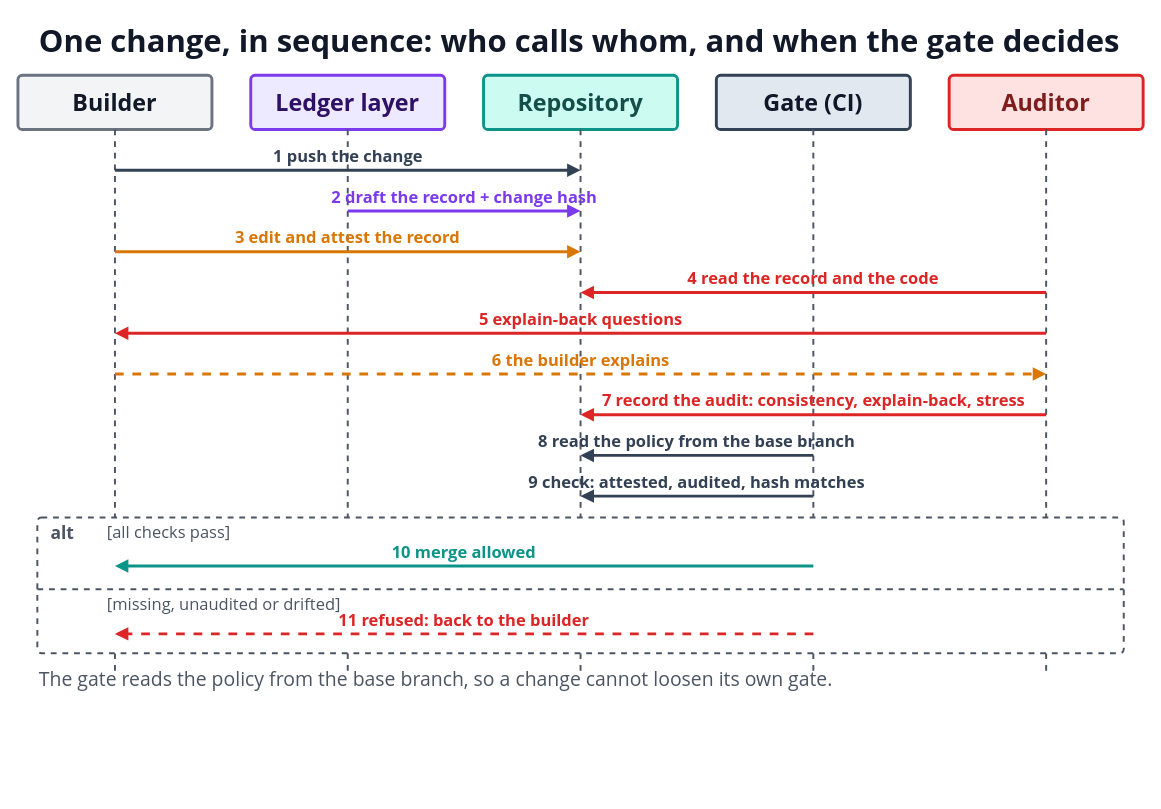
Above: diagrams/12-change-sequence.drawio in i-asimkhan/ledger-layer-pattern (draw.io), before the change. Source tidied: cells renumbered, new cells numbered last; positions are measured from the earlier drawing's top-left corner, leaving out a move shared by most shapes. Both pictures are drawn from the tidied source at 97%, with x=0, y=0 at pixel (17, 16).
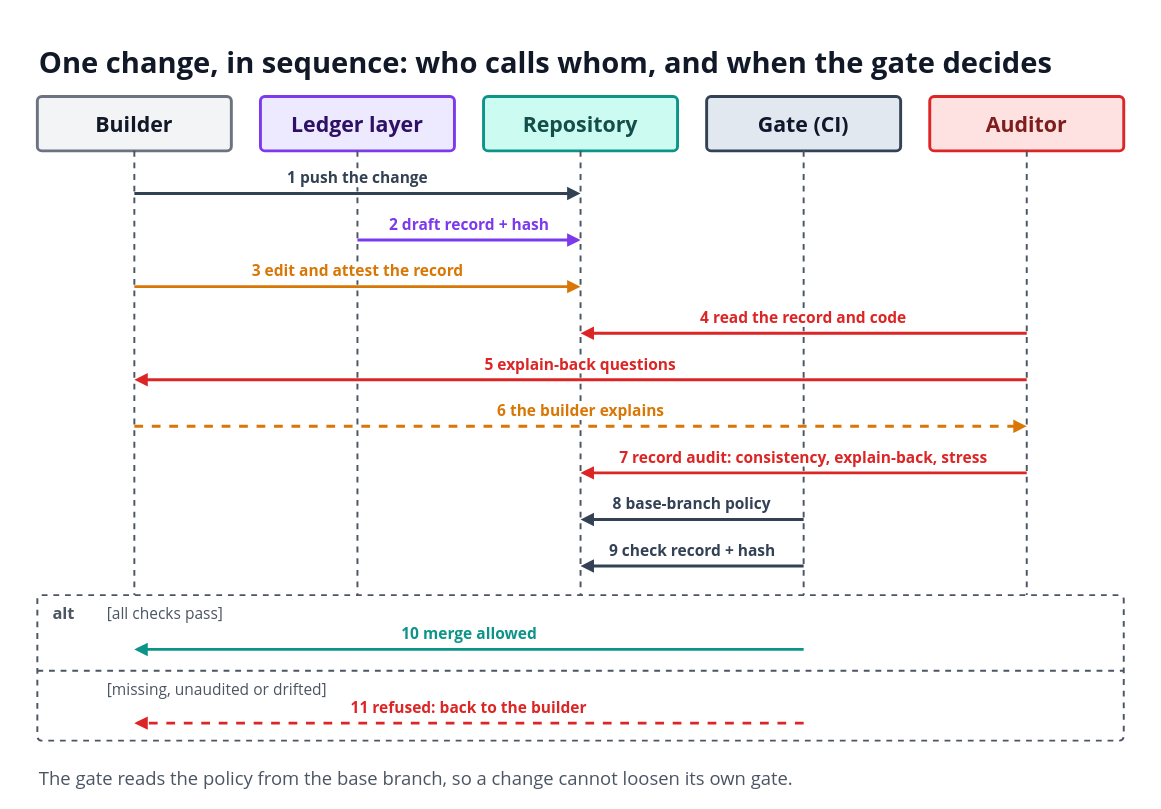
The same page after the edit.

What changed in the source:
```diff
@@
-    <mxCell id="2" value="One change, in sequence: who calls whom, and when the gate decides" style="text;html=1;strokeColor=none;fillColor=none;whiteSpace=wrap;verticalAlign=middle;align=left;fontSize=32;fontColor=#111827;fontFamily=Segoe UI;fontStyle=1;" parent="1" vertex="1">
-      <mxGeometry x="20" width="1120" height="50" as="geometry" />
+    <mxCell id="2" value="One change, in sequence: who calls whom, and when the gate decides" style="text;html=1;strokeColor=none;fillColor=none;whiteSpace=wrap;verticalAlign=middle;align=left;fontSize=30;fontColor=#111827;fontFamily=Segoe UI;fontStyle=1;" parent="1" vertex="1">
+      <mxGeometry x="20" y="26" width="1120" height="39" as="geometry" />
     </mxCell>
-    <mxCell id="3" value="&lt;span style=&quot;font-size:24px&quot;&gt;&lt;b&gt;Builder&lt;/b&gt;&lt;/span&gt;" style="rounded=1;arcSize=8;whiteSpace=wrap;html=1;fillColor=#F3F4F6;strokeColor=#6B7280;fontColor=#111827;strokeWidth=3;align=center;verticalAlign=middle;fontSize=24;fontFamily=Segoe UI;" parent="1" vertex="1">
-      <mxGeometry y="60" width="200" height="56" as="geometry" />
+    <mxCell id="3" value="&lt;span style=&quot;font-size:22px&quot;&gt;&lt;b&gt;Builder&lt;/b&gt;&lt;/span&gt;" style="rounded=1;arcSize=8;whiteSpace=wrap;html=1;fillColor=#F3F4F6;strokeColor=#6B7280;fontColor=#111827;strokeWidth=3;align=center;verticalAlign=middle;fontSize=24;fontFamily=Segoe UI;spacing=14;" parent="1" vertex="1">
+      <mxGeometry x="20" y="82" width="200" height="56" as="geometry" />
     </mxCell>
     <mxCell id="4" style="endArrow=none;html=1;rounded=0;strokeColor=#4B5563;strokeWidth=2;dashed=1;" parent="1" edge="1">
       <mxGeometry relative="1" as="geometry">
-        <mxPoint x="100" y="116" as="sourcePoint" />
-        <mxPoint x="100" y="676" as="targetPoint" />
+        <mxPoint x="120" y="138" as="sourcePoint" />
+        <mxPoint x="120" y="710" as="targetPoint" />
       </mxGeometry>
     </mxCell>
-    <mxCell id="5" value="&lt;span style=&quot;font-size:24px&quot;&gt;&lt;b&gt;Ledger layer&lt;/b&gt;&lt;/span&gt;" style="rounded=1;arcSize=8;whiteSpace=wrap;html=1;fillColor=#EDE9FE;strokeColor=#7C3AED;fontColor=#2E1065;strokeWidth=3;align=center;verticalAlign=middle;fontSize=24;fontFamily=Segoe UI;" parent="1" vertex="1">
-      <mxGeometry x="240" y="60" width="200" height="56" as="geometry" />
+    <mxCell id="5" value="&lt;span style=&quot;font-size:22px&quot;&gt;&lt;b&gt;Ledger layer&lt;/b&gt;&lt;/span&gt;" style="rounded=1;arcSize=8;whiteSpace=wrap;html=1;fillColor=#EDE9FE;strokeColor=#7C3AED;fontColor=#2E1065;strokeWidth=3;align=center;verticalAlign=middle;fontSize=24;fontFamily=Segoe UI;spacing=14;" parent="1" vertex="1">
+      <mxGeometry x="250" y="82" width="200" height="56" as="geometry" />
     </mxCell>
     <mxCell id="6" style="endArrow=none;html=1;rounded=0;strokeColor=#4B5563;strokeWidth=2;dashed=1;" parent="1" edge="1">
       <mxGeometry relative="1" as="geometry">
-        <mxPoint x="340" y="116" as="sourcePoint" />
-        <mxPoint x="340" y="676" as="targetPoint" />
+        <mxPoint x="350" y="138" as="sourcePoint" />
+        <mxPoint x="350" y="710" as="targetPoint" />
       </mxGeometry>
     </mxCell>
-    <mxCell id="7" value="&lt;span style=&quot;font-size:24px&quot;&gt;&lt;b&gt;Repository&lt;/b&gt;&lt;/span&gt;" style="rounded=1;arcSize=8;whiteSpace=wrap;html=1;fillColor=#CCFBF1;strokeColor=#0D9488;fontColor=#134E4A;strokeWidth=3;align=center;verticalAlign=middle;fontSize=24;fontFamily=Segoe UI;" parent="1" vertex="1">
-      <mxGeometry x="480" y="60" width="200" height="56" as="geometry" />
+    <mxCell id="7" value="&lt;span style=&quot;font-size:22px&quot;&gt;&lt;b&gt;Repository&lt;/b&gt;&lt;/span&gt;" style="rounded=1;arcSize=8;whiteSpace=wrap;html=1;fillColor=#CCFBF1;strokeColor=#0D9488;fontColor=#134E4A;strokeWidth=3;align=center;verticalAlign=middle;fontSize=24;fontFamily=Segoe UI;spacing=14;" parent="1" vertex="1">
+      <mxGeometry x="480" y="82" width="200" height="56" as="geometry" />
     </mxCell>
     <mxCell id="8" style="endArrow=none;html=1;rounded=0;strokeColor=#4B5563;strokeWidth=2;dashed=1;" parent="1" edge="1">
       <mxGeometry relative="1" as="geometry">
-        <mxPoint x="580" y="116" as="sourcePoint" />
-        <mxPoint x="580" y="676" as="targetPoint" />
+        <mxPoint x="580" y="138" as="sourcePoint" />
+        <mxPoint x="580" y="710" as="targetPoint" />
       </mxGeometry>
     </mxCell>
-    <mxCell id="9" value="&lt;span style=&quot;font-size:24px&quot;&gt;&lt;b&gt;Gate (CI)&lt;/b&gt;&lt;/span&gt;" style="rounded=1;arcSize=8;whiteSpace=wrap;html=1;fillColor=#E2E8F0;strokeColor=#334155;fontColor=#0F172A;strokeWidth=3;align=center;verticalAlign=middle;fontSize=24;fontFamily=Segoe UI;" parent="1" vertex="1">
-      <mxGeometry x="720" y="60" width="200" height="56" as="geometry" />
+    <mxCell id="9" value="&lt;span style=&quot;font-size:22px&quot;&gt;&lt;b&gt;Gate (CI)&lt;/b&gt;&lt;/span&gt;" style="rounded=1;arcSize=8;whiteSpace=wrap;html=1;fillColor=#E2E8F0;strokeColor=#334155;fontColor=#0F172A;strokeWidth=3;align=center;verticalAlign=middle;fontSize=24;fontFamily=Segoe UI;spacing=14;" parent="1" vertex="1">
+      <mxGeometry x="710" y="82" width="200" height="56" as="geometry" />
     </mxCell>
     <mxCell id="10" style="endArrow=none;html=1;rounded=0;strokeColor=#4B5563;strokeWidth=2;dashed=1;" parent="1" edge="1">
       <mxGeometry relative="1" as="geometry">
-        <mxPoint x="820" y="116" as="sourcePoint" />
-        <mxPoint x="820" y="676" as="targetPoint" />
+        <mxPoint x="810" y="138" as="sourcePoint" />
+        <mxPoint x="810" y="710" as="targetPoint" />
       </mxGeometry>
     </mxCell>
-    <mxCell id="11" value="&lt;span style=&quot;font-size:24px&quot;&gt;&lt;b&gt;Auditor&lt;/b&gt;&lt;/span&gt;" style="rounded=1;arcSize=8;whiteSpace=wrap;html=1;fillColor=#FEE2E2;strokeColor=#DC2626;fontColor=#7F1D1D;strokeWidth=3;align=center;verticalAlign=middle;fontSize=24;fontFamily=Segoe UI;" parent="1" vertex="1">
-      <mxGeometry x="960" y="60" width="200" height="56" as="geometry" />
+    <mxCell id="11" value="&lt;span style=&quot;font-size:22px&quot;&gt;&lt;b&gt;Auditor&lt;/b&gt;&lt;/span&gt;" style="rounded=1;arcSize=8;whiteSpace=wrap;html=1;fillColor=#FEE2E2;strokeColor=#DC2626;fontColor=#7F1D1D;strokeWidth=3;align=center;verticalAlign=middle;fontSize=24;fontFamily=Segoe UI;spacing=14;" parent="1" vertex="1">
+      <mxGeometry x="940" y="82" width="200" height="56" as="geometry" />
     </mxCell>
     <mxCell id="12" style="endArrow=none;html=1;rounded=0;strokeColor=#4B5563;strokeWidth=2;dashed=1;" parent="1" edge="1">
       <mxGeometry relative="1" as="geometry">
-        <mxPoint x="1060" y="116" as="sourcePoint" />
-        <mxPoint x="1060" y="676" as="targetPoint" />
+        <mxPoint x="1040" y="138" as="sourcePoint" />
+        <mxPoint x="1040" y="710" as="targetPoint" />
       </mxGeometry>
     </mxCell>
     <mxCell id="13" style="endArrow=block;endFill=1;html=1;rounded=0;strokeColor=#334155;strokeWidth=3;" parent="1" edge="1">
       <mxGeometry relative="1" as="geometry">
-        <mxPoint x="100" y="158" as="sourcePoint" />
-        <mxPoint x="580" y="158" as="targetPoint" />
+        <mxPoint x="120" y="182" as="sourcePoint" />
+        <mxPoint x="580" y="182" as="targetPoint" />
       </mxGeometry>
     </mxCell>
-    <mxCell id="14" value="1  push the change" style="text;html=1;strokeColor=none;fillColor=none;whiteSpace=wrap;verticalAlign=middle;align=center;fontSize=17;fontColor=#334155;fontFamily=Segoe UI;fontStyle=1;" parent="1" vertex="1">
-      <mxGeometry x="252.5" y="130" width="175" height="28" as="geometry" />
+    <mxCell id="14" value="1  push the change" style="text;html=1;strokeColor=none;fillColor=none;whiteSpace=wrap;verticalAlign=middle;labelBackgroundColor=#FFFFFF;align=center;fontSize=16;fontColor=#334155;fontFamily=Segoe UI;fontStyle=1;" parent="1" vertex="1">
+      <mxGeometry x="269.5" y="153" width="161" height="26" as="geometry" />
     </mxCell>
     <mxCell id="15" style="endArrow=block;endFill=1;html=1;rounded=0;strokeColor=#7C3AED;strokeWidth=3;" parent="1" edge="1">
       <mxGeometry relative="1" as="geometry">
-        <mxPoint x="340" y="200" as="sourcePoint" />
-        <mxPoint x="580" y="200" as="targetPoint" />
+        <mxPoint x="350" y="230" as="sourcePoint" />
+        <mxPoint x="580" y="230" as="targetPoint" />
       </mxGeometry>
     </mxCell>
-    <mxCell id="16" value="2  draft the record + change hash" style="text;html=1;strokeColor=none;fillColor=none;whiteSpace=wrap;verticalAlign=middle;align=center;fontSize=17;fontColor=#7C3AED;fontFamily=Segoe UI;fontStyle=1;" parent="1" vertex="1">
-      <mxGeometry x="306.5" y="172" width="307" height="28" as="geometry" />
+    <mxCell id="16" value="2  draft record + hash" style="text;html=1;strokeColor=none;fillColor=none;whiteSpace=wrap;verticalAlign=middle;labelBackgroundColor=#FFFFFF;align=center;fontSize=16;fontColor=#7C3AED;fontFamily=Segoe UI;fontStyle=1;" parent="1" vertex="1">
+      <mxGeometry x="367.5" y="201" width="195" height="26" as="geometry" />
     </mxCell>
     <mxCell id="17" style="endArrow=block;endFill=1;html=1;rounded=0;strokeColor=#D97706;strokeWidth=3;" parent="1" edge="1">
       <mxGeometry relative="1" as="geometry">
-        <mxPoint x="100" y="242" as="sourcePoint" />
-        <mxPoint x="580" y="242" as="targetPoint" />
+        <mxPoint x="120" y="278" as="sourcePoint" />
+        <mxPoint x="580" y="278" as="targetPoint" />
       </mxGeometry>
     </mxCell>
-    <mxCell id="18" value="3  edit and attest the record" style="text;html=1;strokeColor=none;fillColor=none;whiteSpace=wrap;verticalAlign=middle;align=center;fontSize=17;fontColor=#D97706;fontFamily=Segoe UI;fontStyle=1;" parent="1" vertex="1">
-      <mxGeometry x="204" y="214" width="272" height="28" as="geometry" />
+    <mxCell id="18" value="3  edit and attest the record" style="text;html=1;strokeColor=none;fillColor=none;whiteSpace=wrap;verticalAlign=middle;labelBackgroundColor=#FFFFFF;align=center;fontSize=16;fontColor=#D97706;fontFamily=Segoe UI;fontStyle=1;" parent="1" vertex="1">
+      <mxGeometry x="223.5" y="249" width="253" height="26" as="geometry" />
     </mxCell>
     <mxCell id="19" style="endArrow=block;endFill=1;html=1;rounded=0;strokeColor=#DC2626;strokeWidth=3;" parent="1" edge="1">
       <mxGeometry relative="1" as="geometry">
-        <mxPoint x="1060" y="284" as="sourcePoint" />
-        <mxPoint x="580" y="284" as="targetPoint" />
+        <mxPoint x="1040" y="326" as="sourcePoint" />
+        <mxPoint x="580" y="326" as="targetPoint" />
       </mxGeometry>
     </mxCell>
-    <mxCell id="20" value="4  read the record and the code" style="text;html=1;strokeColor=none;fillColor=none;whiteSpace=wrap;verticalAlign=middle;align=center;fontSize=17;fontColor=#DC2626;fontFamily=Segoe UI;fontStyle=1;" parent="1" vertex="1">
-      <mxGeometry x="675" y="256" width="290" height="28" as="geometry" />
+    <mxCell id="20" value="4  read the record and code" style="text;html=1;strokeColor=none;fillColor=none;whiteSpace=wrap;verticalAlign=middle;labelBackgroundColor=#FFFFFF;align=center;fontSize=16;fontColor=#DC2626;fontFamily=Segoe UI;fontStyle=1;" parent="1" vertex="1">
+      <mxGeometry x="692" y="297" width="236" height="26" as="geometry" />
     </mxCell>
     <mxCell id="21" style="endArrow=block;endFill=1;html=1;rounded=0;strokeColor=#DC2626;strokeWidth=3;" parent="1" edge="1">
       <mxGeometry relative="1" as="geometry">
-        <mxPoint x="1060" y="326" as="sourcePoint" />
-        <mxPoint x="100" y="326" as="targetPoint" />
+        <mxPoint x="1040" y="374" as="sourcePoint" />
+        <mxPoint x="120" y="374" as="targetPoint" />
       </mxGeometry>
     </mxCell>
-    <mxCell id="22" value="5  explain-back questions" style="text;html=1;strokeColor=none;fillColor=none;whiteSpace=wrap;verticalAlign=middle;align=center;fontSize=17;fontColor=#DC2626;fontFamily=Segoe UI;fontStyle=1;" parent="1" vertex="1">
-      <mxGeometry x="461.5" y="298" width="237" height="28" as="geometry" />
+    <mxCell id="22" value="5  explain-back questions" style="text;html=1;strokeColor=none;fillColor=none;whiteSpace=wrap;verticalAlign=middle;labelBackgroundColor=#FFFFFF;align=center;fontSize=16;fontColor=#DC2626;fontFamily=Segoe UI;fontStyle=1;" parent="1" vertex="1">
+      <mxGeometry x="470" y="345" width="220" height="26" as="geometry" />
     </mxCell>
     <mxCell id="23" style="endArrow=block;endFill=1;html=1;rounded=0;strokeColor=#D97706;strokeWidth=3;dashed=1;" parent="1" edge="1">
       <mxGeometry relative="1" as="geometry">
-        <mxPoint x="100" y="368" as="sourcePoint" />
-        <mxPoint x="1060" y="368" as="targetPoint" />
+        <mxPoint x="120" y="422" as="sourcePoint" />
+        <mxPoint x="1040" y="422" as="targetPoint" />
       </mxGeometry>
     </mxCell>
-    <mxCell id="24" value="6  the builder explains" style="text;html=1;strokeColor=none;fillColor=none;whiteSpace=wrap;verticalAlign=middle;align=center;fontSize=17;fontColor=#D97706;fontFamily=Segoe UI;fontStyle=1;" parent="1" vertex="1">
-      <mxGeometry x="470.5" y="340" width="219" height="28" as="geometry" />
+    <mxCell id="24" value="6  the builder explains" style="text;html=1;strokeColor=none;fillColor=none;whiteSpace=wrap;verticalAlign=middle;labelBackgroundColor=#FFFFFF;align=center;fontSize=16;fontColor=#D97706;fontFamily=Segoe UI;fontStyle=1;" parent="1" vertex="1">
+      <mxGeometry x="478.5" y="393" width="203" height="26" as="geometry" />
     </mxCell>
     <mxCell id="25" style="endArrow=block;endFill=1;html=1;rounded=0;strokeColor=#DC2626;strokeWidth=3;" parent="1" edge="1">
       <mxGeometry relative="1" as="geometry">
-        <mxPoint x="1060" y="410" as="sourcePoint" />
-        <mxPoint x="580" y="410" as="targetPoint" />
+        <mxPoint x="1040" y="470" as="sourcePoint" />
+        <mxPoint x="580" y="470" as="targetPoint" />
       </mxGeometry>
     </mxCell>
-    <mxCell id="26" value="7  record the audit: consistency, explain-back, stress" style="text;html=1;strokeColor=none;fillColor=none;whiteSpace=wrap;verticalAlign=middle;align=center;fontSize=17;fontColor=#DC2626;fontFamily=Segoe UI;fontStyle=1;" parent="1" vertex="1">
-      <mxGeometry x="573.5" y="382" width="493" height="28" as="geometry" />
+    <mxCell id="26" value="7  record audit: consistency, explain-back, stress" style="text;html=1;strokeColor=none;fillColor=none;whiteSpace=wrap;verticalAlign=middle;labelBackgroundColor=#FFFFFF;align=center;fontSize=16;fontColor=#DC2626;fontFamily=Segoe UI;fontStyle=1;" parent="1" vertex="1">
+      <mxGeometry x="596" y="441" width="428" height="26" as="geometry" />
     </mxCell>
     <mxCell id="27" style="endArrow=block;endFill=1;html=1;rounded=0;strokeColor=#334155;strokeWidth=3;" parent="1" edge="1">
       <mxGeometry relative="1" as="geometry">
-        <mxPoint x="820" y="452" as="sourcePoint" />
-        <mxPoint x="580" y="452" as="targetPoint" />
+        <mxPoint x="810" y="518" as="sourcePoint" />
+        <mxPoint x="580" y="518" as="targetPoint" />
       </mxGeometry>
     </mxCell>
-    <mxCell id="28" value="8  read the policy from the base branch" style="text;html=1;strokeColor=none;fillColor=none;whiteSpace=wrap;verticalAlign=middle;align=center;fontSize=17;fontColor=#334155;fontFamily=Segoe UI;fontStyle=1;" parent="1" vertex="1">
-      <mxGeometry x="520" y="424" width="360" height="28" as="geometry" />
+    <mxCell id="28" value="8  base-branch policy" style="text;html=1;strokeColor=none;fillColor=none;whiteSpace=wrap;verticalAlign=middle;labelBackgroundColor=#FFFFFF;align=center;fontSize=16;fontColor=#334155;fontFamily=Segoe UI;fontStyle=1;" parent="1" vertex="1">
+      <mxGeometry x="602" y="489" width="186" height="26" as="geometry" />
     </mxCell>
     <mxCell id="29" style="endArrow=block;endFill=1;html=1;rounded=0;strokeColor=#334155;strokeWidth=3;" parent="1" edge="1">
       <mxGeometry relative="1" as="geometry">
-        <mxPoint x="820" y="494" as="sourcePoint" />
-        <mxPoint x="580" y="494" as="targetPoint" />
+        <mxPoint x="810" y="566" as="sourcePoint" />
+        <mxPoint x="580" y="566" as="targetPoint" />
       </mxGeometry>
     </mxCell>
-    <mxCell id="30" value="9  check: attested, audited, hash matches" style="text;html=1;strokeColor=none;fillColor=none;whiteSpace=wrap;verticalAlign=middle;align=center;fontSize=17;fontColor=#334155;fontFamily=Segoe UI;fontStyle=1;" parent="1" vertex="1">
-      <mxGeometry x="511" y="466" width="378" height="28" as="geometry" />
+    <mxCell id="30" value="9  check record + hash" style="text;html=1;strokeColor=none;fillColor=none;whiteSpace=wrap;verticalAlign=middle;labelBackgroundColor=#FFFFFF;align=center;fontSize=16;fontColor=#334155;fontFamily=Segoe UI;fontStyle=1;" parent="1" vertex="1">
+      <mxGeometry x="597.5" y="537" width="195" height="26" as="geometry" />
     </mxCell>
     <mxCell id="31" style="rounded=1;arcSize=3;whiteSpace=wrap;html=1;fillColor=#FFFFFF;strokeColor=#4B5563;strokeWidth=2;dashed=1;" parent="1" vertex="1">
-      <mxGeometry x="20" y="516" width="1120" height="140" as="geometry" />
+      <mxGeometry x="20" y="596" width="1120" height="150" as="geometry" />
     </mxCell>
-    <mxCell id="32" value="alt" style="text;html=1;strokeColor=none;fillColor=none;whiteSpace=wrap;verticalAlign=middle;align=left;fontSize=18;fontColor=#4B5563;fontFamily=Segoe UI;fontStyle=1;" parent="1" vertex="1">
-      <mxGeometry x="32" y="520" width="60" height="24" as="geometry" />
+    <mxCell id="32" value="alt" style="text;html=1;strokeColor=none;fillColor=none;whiteSpace=wrap;verticalAlign=middle;align=left;fontSize=17;fontColor=#4B5563;fontFamily=Segoe UI;fontStyle=1;" parent="1" vertex="1">
+      <mxGeometry x="34" y="604" width="50" height="22" as="geometry" />
     </mxCell>
-    <mxCell id="33" value="[all checks pass]" style="text;html=1;strokeColor=none;fillColor=none;whiteSpace=wrap;verticalAlign=middle;align=left;fontSize=17;fontColor=#4B5563;fontFamily=Segoe UI;fontStyle=0;" parent="1" vertex="1">
-      <mxGeometry x="90" y="520" width="400" height="24" as="geometry" />
+    <mxCell id="33" value="[all checks pass]" style="text;html=1;strokeColor=none;fillColor=none;whiteSpace=wrap;verticalAlign=middle;align=left;fontSize=16;fontColor=#4B5563;fontFamily=Segoe UI;fontStyle=0;" parent="1" vertex="1">
+      <mxGeometry x="90" y="604" width="400" height="22" as="geometry" />
     </mxCell>
     <mxCell id="34" style="endArrow=block;endFill=1;html=1;rounded=0;strokeColor=#0D9488;strokeWidth=3;" parent="1" edge="1">
       <mxGeometry relative="1" as="geometry">
-        <mxPoint x="820" y="566" as="sourcePoint" />
-        <mxPoint x="100" y="566" as="targetPoint" />
+        <mxPoint x="810" y="652" as="sourcePoint" />
+        <mxPoint x="120" y="652" as="targetPoint" />
       </mxGeometry>
     </mxCell>
-    <mxCell id="35" value="10  merge allowed" style="text;html=1;strokeColor=none;fillColor=none;whiteSpace=wrap;verticalAlign=middle;align=center;fontSize=17;fontColor=#0D9488;fontFamily=Segoe UI;fontStyle=1;" parent="1" vertex="1">
-      <mxGeometry x="377" y="538" width="166" height="28" as="geometry" />
+    <mxCell id="35" value="10  merge allowed" style="text;html=1;strokeColor=none;fillColor=none;whiteSpace=wrap;verticalAlign=middle;labelBackgroundColor=#FFFFFF;align=center;fontSize=16;fontColor=#0D9488;fontFamily=Segoe UI;fontStyle=1;" parent="1" vertex="1">
+      <mxGeometry x="388.5" y="623" width="153" height="26" as="geometry" />
     </mxCell>
     <mxCell id="36" style="endArrow=none;html=1;rounded=0;strokeColor=#4B5563;strokeWidth=2;dashed=1;" parent="1" edge="1">
       <mxGeometry relative="1" as="geometry">
-        <mxPoint x="20" y="590" as="sourcePoint" />
-        <mxPoint x="1140" y="590" as="targetPoint" />
+        <mxPoint x="20" y="674" as="sourcePoint" />
+        <mxPoint x="1140" y="674" as="targetPoint" />
       </mxGeometry>
     </mxCell>
-    <mxCell id="37" value="[missing, unaudited or drifted]" style="text;html=1;strokeColor=none;fillColor=none;whiteSpace=wrap;verticalAlign=middle;align=left;fontSize=17;fontColor=#4B5563;fontFamily=Segoe UI;fontStyle=0;" parent="1" vertex="1">
-      <mxGeometry x="90" y="594" width="520" height="24" as="geometry" />
+    <mxCell id="37" value="[missing, unaudited or drifted]" style="text;html=1;strokeColor=none;fillColor=none;whiteSpace=wrap;verticalAlign=middle;align=left;fontSize=16;fontColor=#4B5563;fontFamily=Segoe UI;fontStyle=0;" parent="1" vertex="1">
+      <mxGeometry x="90" y="682" width="520" height="22" as="geometry" />
     </mxCell>
     <mxCell id="38" style="endArrow=block;endFill=1;html=1;rounded=0;strokeColor=#DC2626;strokeWidth=3;dashed=1;" parent="1" edge="1">
       <mxGeometry relative="1" as="geometry">
-        <mxPoint x="820" y="636" as="sourcePoint" />
-        <mxPoint x="100" y="636" as="targetPoint" />
+        <mxPoint x="810" y="728" as="sourcePoint" />
+        <mxPoint x="120" y="728" as="targetPoint" />
       </mxGeometry>
     </mxCell>
-    <mxCell id="39" value="11  refused: back to the builder" style="text;html=1;strokeColor=none;fillColor=none;whiteSpace=wrap;verticalAlign=middle;align=center;fontSize=17;fontColor=#DC2626;fontFamily=Segoe UI;fontStyle=1;" parent="1" vertex="1">
-      <mxGeometry x="311" y="608" width="298" height="28" as="geometry" />
+    <mxCell id="39" value="11  refused: back to the builder" style="text;html=1;strokeColor=none;fillColor=none;whiteSpace=wrap;verticalAlign=middle;labelBackgroundColor=#FFFFFF;align=center;fontSize=16;fontColor=#DC2626;fontFamily=Segoe UI;fontStyle=1;" parent="1" vertex="1">
+      <mxGeometry x="326" y="699" width="278" height="26" as="geometry" />
     </mxCell>
-    <mxCell id="40" value="The gate reads the policy from the base branch, so a change cannot loosen its own gate." style="text;html=1;strokeColor=none;fillColor=none;whiteSpace=wrap;verticalAlign=middle;align=left;fontSize=20;fontColor=#4B5563;fontFamily=Segoe UI;fontStyle=0;" parent="1" vertex="1">
-      <mxGeometry x="20" y="666" width="1120" height="32" as="geometry" />
+    <mxCell id="40" value="The gate reads the policy from the base branch, so a change cannot loosen its own gate." style="text;html=1;strokeColor=none;fillColor=none;whiteSpace=wrap;verticalAlign=middle;align=left;fontSize=19;fontColor=#4B5563;fontFamily=Segoe UI;fontStyle=0;" parent="1" vertex="1">
+      <mxGeometry x="20" y="770" width="1120" height="30" as="geometry" />
     </mxCell>
```
